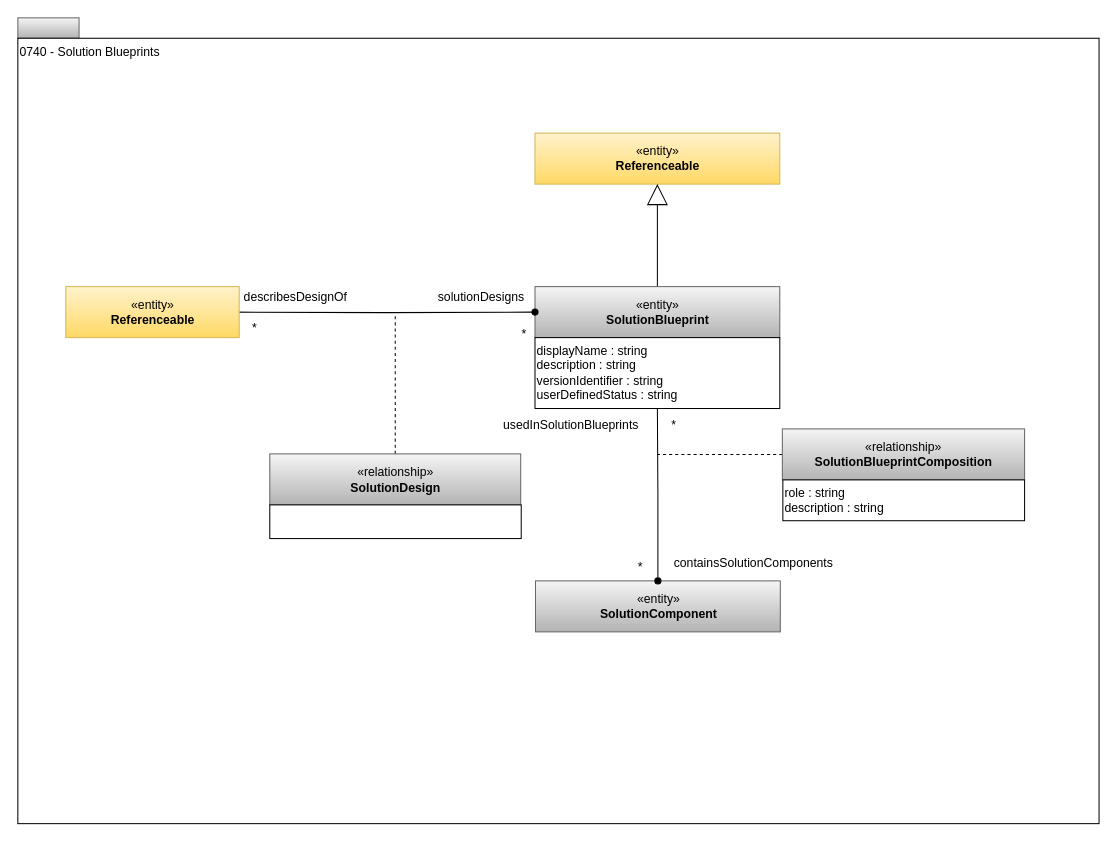
Earlier version of the draw.io diagram page "0740-Solution-Blueprints" (10 of 17) of site/docs/types/7/area-7-lineage.drawio (odpi/egeria-docs). Source tidied: cells renumbered, new cells numbered last; positions are measured from the earlier drawing's top-left corner, leaving out a move shared by most shapes. Both pictures are drawn from the tidied source at 102%, with x=0, y=0 at pixel (17, 17).
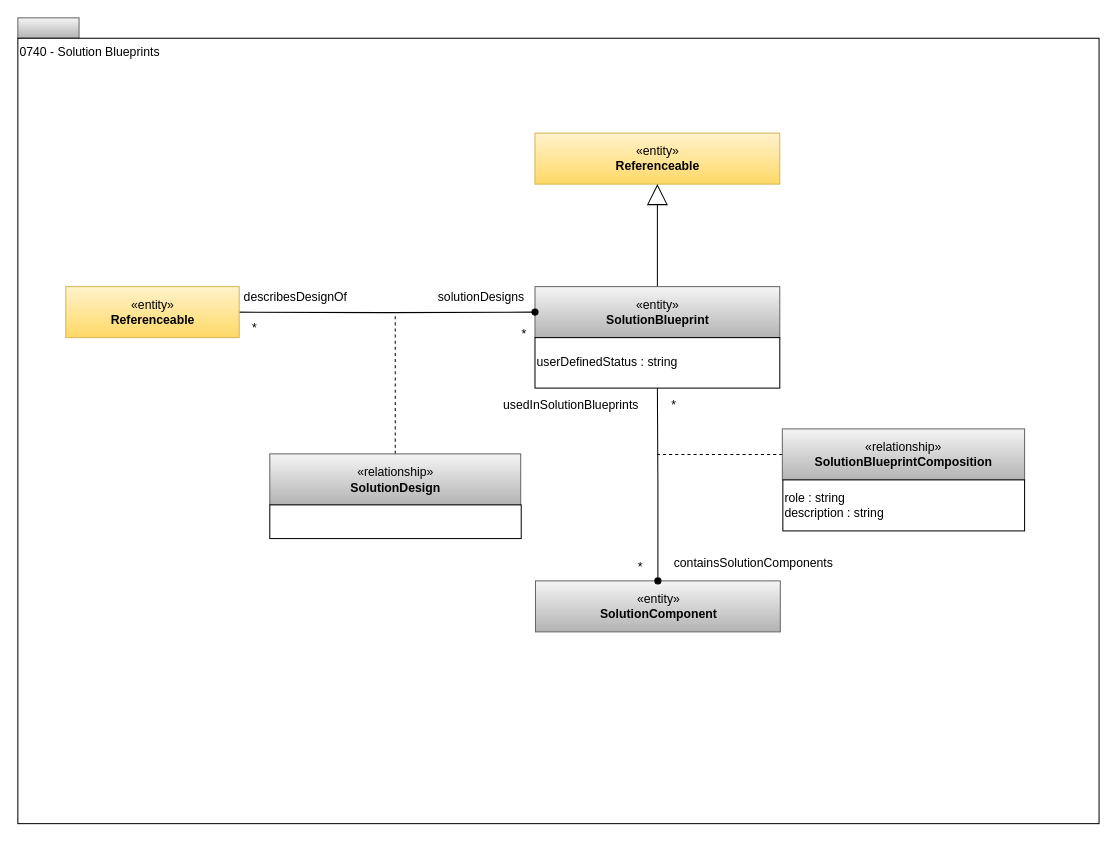
After the change.

Diff of the diagram source:
```diff
@@
-    <mxCell id="11" value="displayName : string&lt;br&gt;description : string&lt;br&gt;versionIdentifier : string&lt;br&gt;&lt;div style=&quot;text-align: left&quot;&gt;&lt;/div&gt;&lt;div&gt;userDefinedStatus : string&lt;/div&gt;" style="rounded=0;whiteSpace=wrap;html=1;strokeColor=#000000;gradientColor=#ffffff;align=left;" parent="1" vertex="1">
-      <mxGeometry x="507" y="313.5" width="240" height="69.5" as="geometry" />
+    <mxCell id="11" value="&lt;div&gt;userDefinedStatus : string&lt;/div&gt;" style="rounded=0;whiteSpace=wrap;html=1;strokeColor=#000000;gradientColor=#ffffff;align=left;" parent="1" vertex="1">
+      <mxGeometry x="507" y="313.5" width="240" height="49.5" as="geometry" />
     </mxCell>
@@
     <mxCell id="18" value="role : string&lt;br&gt;description : string" style="rounded=0;whiteSpace=wrap;html=1;strokeColor=#000000;gradientColor=#ffffff;align=left;" parent="1" vertex="1">
-      <mxGeometry x="750" y="453" width="237" height="40" as="geometry" />
+      <mxGeometry x="750" y="453" width="237" height="50" as="geometry" />
     </mxCell>
     <mxCell id="19" value="*" style="text;html=1;align=center;verticalAlign=top;spacingTop=-4;" parent="1" vertex="1">
-      <mxGeometry x="635" y="390" width="15" height="14" as="geometry" />
+      <mxGeometry x="635.5" y="370" width="15" height="14" as="geometry" />
     </mxCell>
@@
     <mxCell id="21" value="usedInSolutionBlueprints" style="text;html=1;align=center;verticalAlign=top;spacingTop=-4;" parent="1" vertex="1">
-      <mxGeometry x="467" y="390" width="150" height="20" as="geometry" />
+      <mxGeometry x="467" y="370" width="150" height="20" as="geometry" />
     </mxCell>
```
